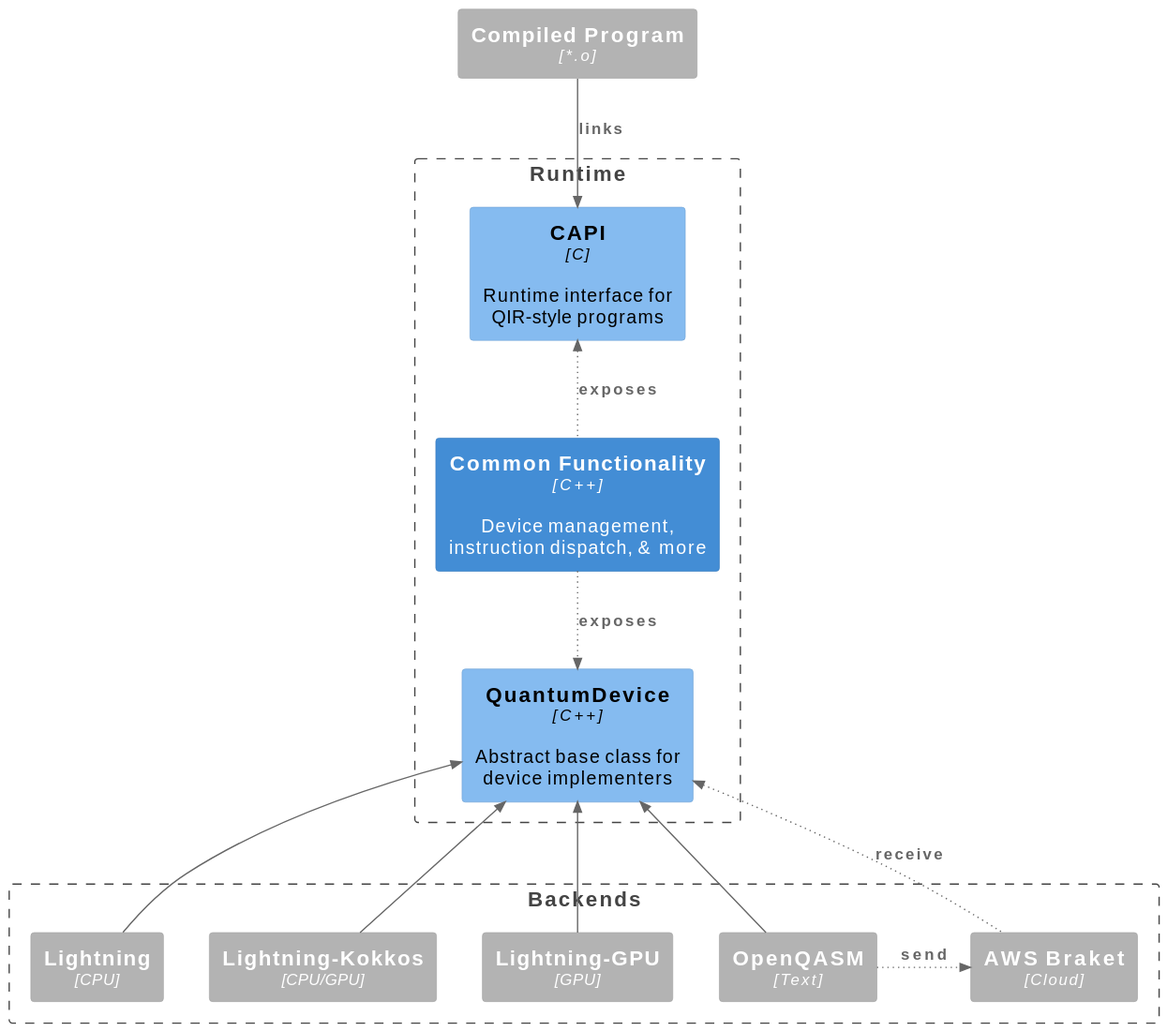
Above: doc/_static/arch/runtime.svg in PennyLaneAI/catalyst (PlantUML), before the change.
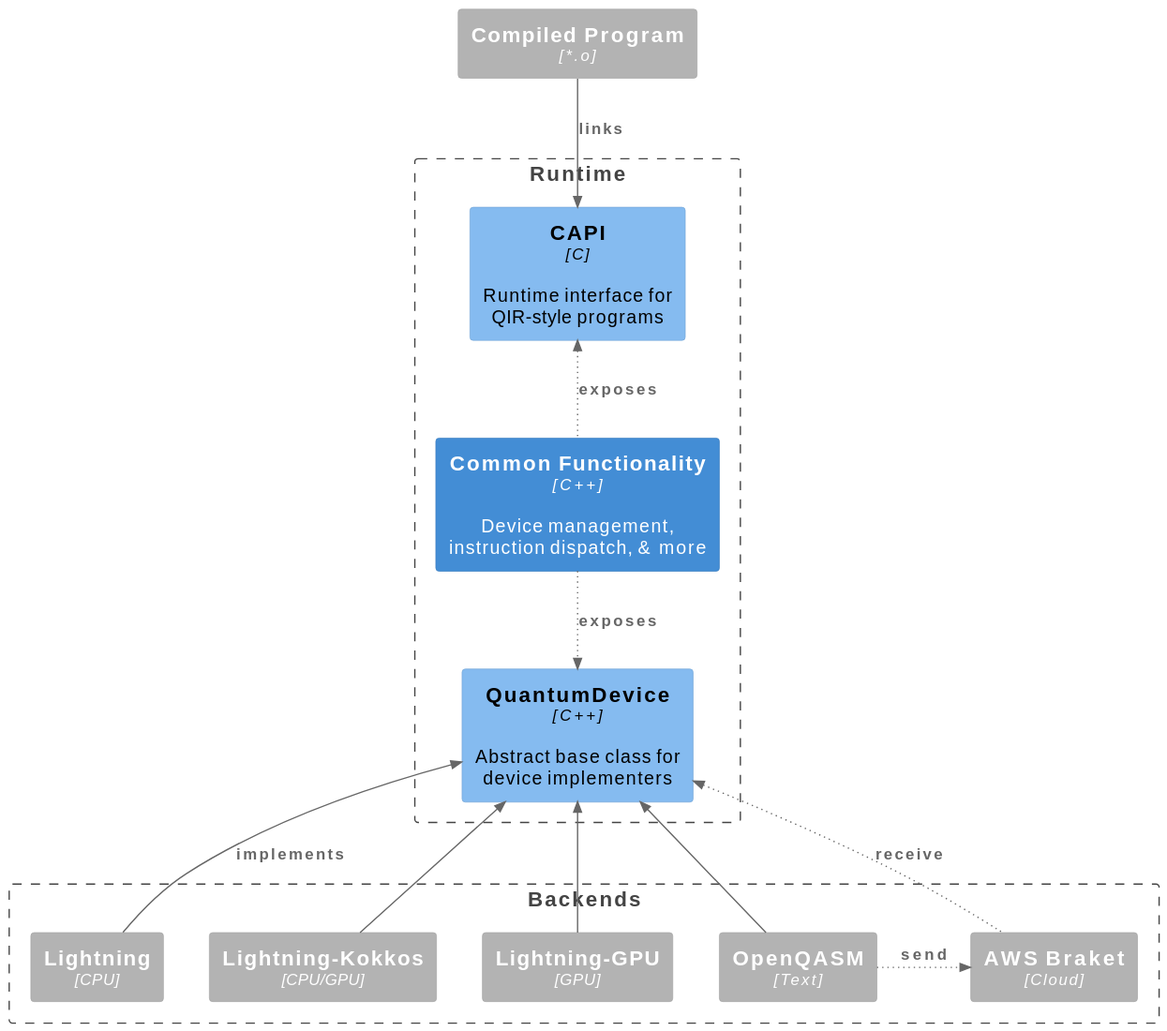
The same diagram one commit later.

The edit, as a diff of the source:
```diff
@@ -32,25 +32,25 @@
 
 Rel_D(_user_program_, _capi_, "links", $tags="implementation")
 
-Rel_U(_runtime_, _capi_, "exposes", "", $tags="action")
+Rel_U(_runtime_, _capi_, "exposes", $tags="action")
 
-Rel_D(_runtime_, _quantumdevice_, "exposes", "", $tags="action")
+Rel_D(_runtime_, _quantumdevice_, "exposes", $tags="action")
 
-Rel_U(_pl_lightning_, _quantumdevice_, "", "", $tags="implementation")
+Rel_U(_pl_lightning_, _quantumdevice_, "implements", $tags="implementation")
 
 _pl_lightning_ -[hidden]> _pl_lightning_kokkos_
 
-Rel_U(_pl_lightning_kokkos_, _quantumdevice_, "", "", $tags="implementation")
+Rel_U(_pl_lightning_kokkos_, _quantumdevice_, "", $tags="implementation")
 
 _pl_lightning_kokkos_ -[hidden]> _pl_lightning_gpu_
 
-Rel_U(_pl_lightning_gpu_, _quantumdevice_, "", "", $tags="implementation")
+Rel_U(_pl_lightning_gpu_, _quantumdevice_, "", $tags="implementation")
 
 _pl_lightning_gpu_ -[hidden]> _openqasm_
 
-Rel_U(_openqasm_, _quantumdevice_, "", "", $tags="implementation")
+Rel_U(_openqasm_, _quantumdevice_, "", $tags="implementation")
 
 Rel_U(_aws_braket_, _quantumdevice_, "receive", $tags="action")
 
-Rel_R(_openqasm_, _aws_braket_, "send", "", $tags="action")
+Rel_R(_openqasm_, _aws_braket_, "send", $tags="action")
 @enduml
```
